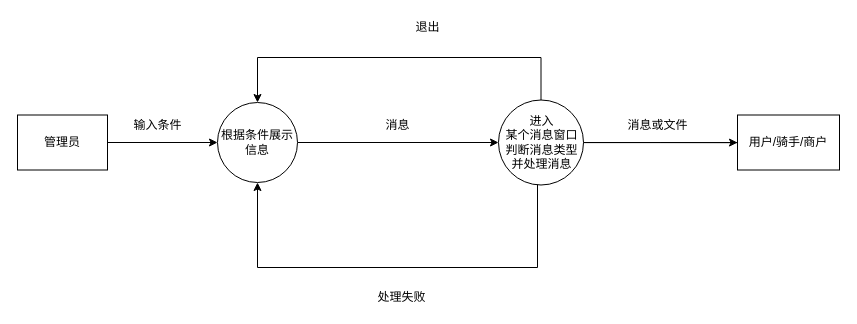
The draw.io diagram page "管理员目标系统模型" (3 of 14) of Untitled Diagram.drawio in czely/czely.github.io, before the edit. Source tidied: cells renumbered, new cells numbered last; positions are measured from the earlier drawing's top-left corner, leaving out a move shared by most shapes. Both pictures are drawn from the tidied source at 100%, with x=0, y=0 at pixel (17, 17).
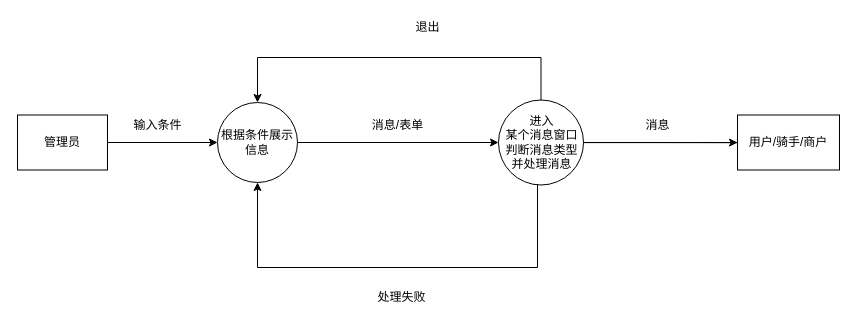
Above is the later version.

Change to the diagram source:
```diff
@@
-    <mxCell id="14" value="消息" style="text;html=1;align=center;verticalAlign=middle;" parent="1" vertex="1">
-      <mxGeometry x="360" y="97.5" width="40" height="20" as="geometry" />
+    <mxCell id="14" value="消息/表单" style="text;html=1;align=center;verticalAlign=middle;" parent="1" vertex="1">
+      <mxGeometry x="345" y="97.5" width="70" height="20" as="geometry" />
     </mxCell>
-    <mxCell id="15" value="消息或文件" style="text;html=1;align=center;verticalAlign=middle;" parent="1" vertex="1">
-      <mxGeometry x="600" y="97.5" width="80" height="20" as="geometry" />
+    <mxCell id="15" value="消息" style="text;html=1;align=center;verticalAlign=middle;" parent="1" vertex="1">
+      <mxGeometry x="620" y="97.5" width="40" height="20" as="geometry" />
     </mxCell>
```
